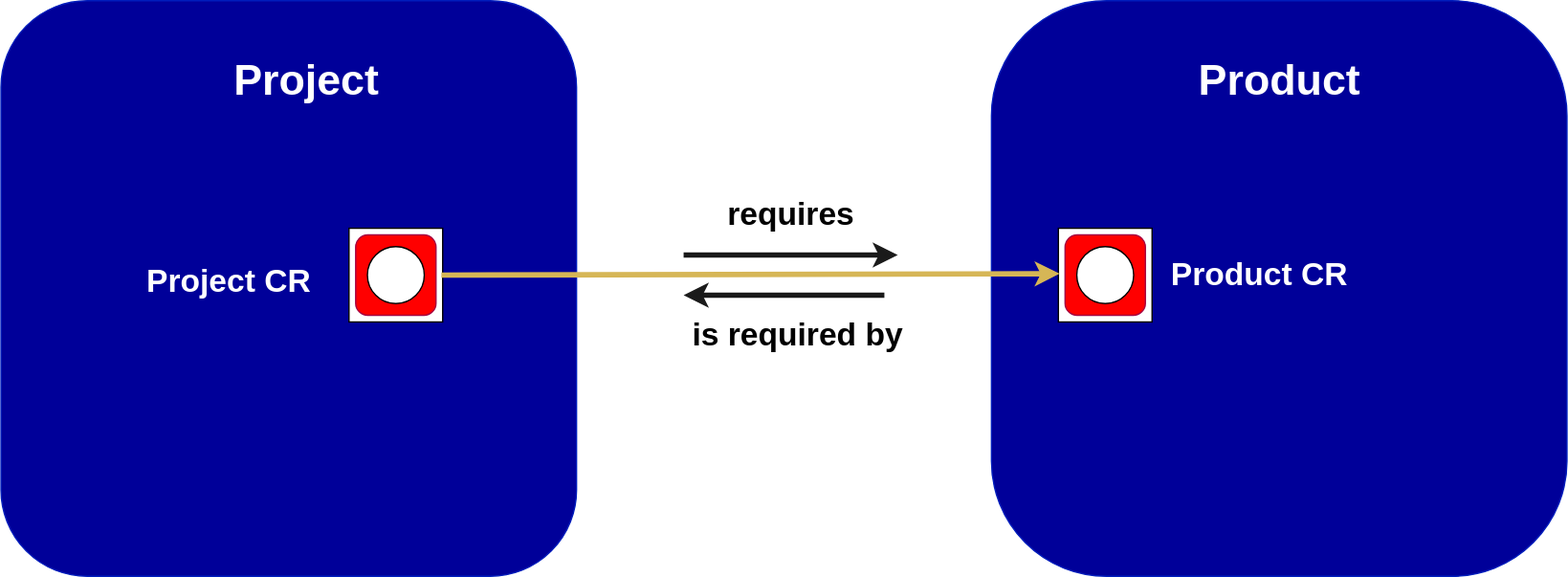
The draw.io diagram EasySyncAutomaticProduct0.svg in alaindelanay/drawings, before a commit. Source tidied: cells renumbered, new cells last; positions are measured from the earlier drawing's top-left corner, leaving out a move shared by most shapes.
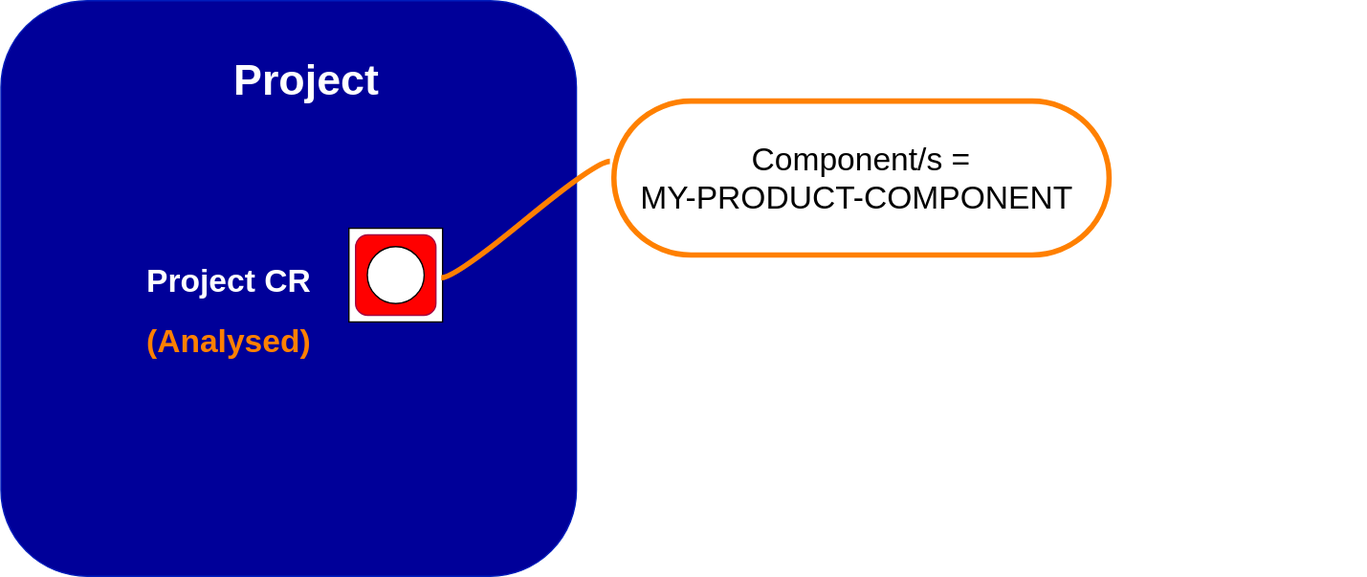
After the commit.

Commit message:
Mettre à jour EasySyncAutomaticProduct0.svg

Diff of the diagram source:
```diff
@@ -5,9 +5,6 @@
     <mxCell id="2" style="whiteSpace=wrap;html=1;rounded=1;fillColor=#000099;strokeColor=#001DBC;fontColor=#ffffff;" parent="1" vertex="1">
       <mxGeometry width="430" height="430" as="geometry" />
     </mxCell>
-    <mxCell id="3" style="whiteSpace=wrap;html=1;rounded=1;fillColor=#000099;strokeColor=#001DBC;fontColor=#ffffff;arcSize=20;" parent="1" vertex="1">
-      <mxGeometry x="740" width="430" height="430" as="geometry" />
-    </mxCell>
     <mxCell id="4" value="&lt;font style=&quot;font-size: 32px;&quot; color=&quot;#ffffff&quot;&gt;Project&lt;/font&gt;" style="text;strokeColor=none;fillColor=none;html=1;fontSize=24;fontStyle=1;verticalAlign=middle;align=center;" parent="1" vertex="1">
       <mxGeometry x="165" y="30" width="125" height="60" as="geometry" />
     </mxCell>
@@ -23,50 +20,31 @@
     <mxCell id="8" style="rounded=1;whiteSpace=wrap;html=1;fillColor=#FF0000;fontColor=#ffffff;strokeColor=#A50040;" parent="6" vertex="1">
       <mxGeometry x="5" y="5" width="60" height="60" as="geometry" />
     </mxCell>
-    <mxCell id="9" style="ellipse;whiteSpace=wrap;html=1;" parent="6" vertex="1">
-      <mxGeometry x="533.8" y="3.8" width="42.5" height="42.5" as="geometry" />
-    </mxCell>
     <mxCell id="10" style="ellipse;whiteSpace=wrap;html=1;" parent="6" vertex="1">
       <mxGeometry x="13.8" y="13.8" width="42.5" height="42.5" as="geometry" />
     </mxCell>
-    <mxCell id="11" style="group;" parent="1" vertex="1">
-      <mxGeometry x="790" y="170" width="70" height="70" as="geometry" />
-    </mxCell>
-    <mxCell id="12" style="whiteSpace=wrap;html=1;fillColor=#FFFFFF;" parent="11" vertex="1">
-      <mxGeometry width="70" height="70" as="geometry" />
-    </mxCell>
-    <mxCell id="13" style="rounded=1;whiteSpace=wrap;html=1;fillColor=#FF0000;fontColor=#ffffff;strokeColor=#A50040;" parent="11" vertex="1">
-      <mxGeometry x="5" y="5" width="60" height="60" as="geometry" />
-    </mxCell>
-    <mxCell id="14" style="ellipse;whiteSpace=wrap;html=1;" parent="11" vertex="1">
-      <mxGeometry x="13.8" y="13.8" width="42.5" height="42.5" as="geometry" />
-    </mxCell>
-    <mxCell id="15" style="endArrow=classic;html=1;rounded=0;exitX=0.986;exitY=0.5;exitDx=0;exitDy=0;exitPerimeter=0;entryX=-0.067;entryY=0.483;entryDx=0;entryDy=0;entryPerimeter=0;endFill=1;strokeWidth=4;fillColor=#fff2cc;gradientColor=#ffd966;strokeColor=#d6b656;" parent="1" edge="1" source="7" target="13">
-      <mxGeometry relative="1" as="geometry" />
-    </mxCell>
-    <mxCell id="16" style="endArrow=classic;html=1;rounded=0;endFill=1;strokeWidth=4;fillColor=#fff2cc;gradientColor=#ffd966;strokeColor=#1A1A1A;" parent="1" edge="1">
-      <mxGeometry relative="1" as="geometry">
-        <mxPoint x="510" y="190" as="sourcePoint" />
-        <mxPoint x="670" y="190" as="targetPoint" />
-      </mxGeometry>
-    </mxCell>
-    <mxCell id="17" style="endArrow=classic;html=1;rounded=0;endFill=1;strokeWidth=4;fillColor=#fff2cc;gradientColor=#ffd966;strokeColor=#1A1A1A;" parent="1" edge="1">
-      <mxGeometry relative="1" as="geometry">
-        <mxPoint x="660" y="220" as="sourcePoint" />
-        <mxPoint x="510" y="220" as="targetPoint" />
-      </mxGeometry>
-    </mxCell>
-    <mxCell id="18" value="requires" style="text;strokeColor=none;fillColor=none;html=1;fontSize=24;fontStyle=1;verticalAlign=middle;align=center;" parent="1" vertex="1">
-      <mxGeometry x="540" y="140" width="100" height="40" as="geometry" />
-    </mxCell>
-    <mxCell id="19" value="is required by" style="text;strokeColor=none;fillColor=none;html=1;fontSize=24;fontStyle=1;verticalAlign=middle;align=center;" parent="1" vertex="1">
-      <mxGeometry x="510" y="230" width="170" height="40" as="geometry" />
-    </mxCell>
     <mxCell id="20" value="&lt;font style=&quot;font-size: 24px;&quot; color=&quot;#ffffff&quot;&gt;Project CR&lt;/font&gt;" style="text;strokeColor=none;fillColor=none;html=1;fontSize=24;fontStyle=1;verticalAlign=middle;align=center;" parent="1" vertex="1">
       <mxGeometry x="95" y="190" width="150" height="40" as="geometry" />
     </mxCell>
     <mxCell id="21" value="&lt;font style=&quot;font-size: 24px;&quot; color=&quot;#ffffff&quot;&gt;Product CR&lt;/font&gt;" style="text;strokeColor=none;fillColor=none;html=1;fontSize=24;fontStyle=1;verticalAlign=middle;align=center;" parent="1" vertex="1">
       <mxGeometry x="860" y="175" width="160" height="60" as="geometry" />
     </mxCell>
+    <mxCell id="22" value="&lt;font color=&quot;#ff8000&quot;&gt;(Analysed)&lt;/font&gt;" style="text;strokeColor=none;fillColor=none;html=1;fontSize=24;fontStyle=1;verticalAlign=middle;align=center;" parent="1" vertex="1">
+      <mxGeometry x="120" y="235" width="100" height="40" as="geometry" />
+    </mxCell>
+    <mxCell id="23" value="&lt;font style=&quot;font-size: 24px;&quot;&gt;Component/s =&lt;br&gt;MY-PRODUCT-COMPONENT&amp;nbsp;&lt;/font&gt;" style="whiteSpace=wrap;html=1;rounded=1;arcSize=50;align=center;verticalAlign=middle;strokeWidth=4;spacing=4;newEdgeStyle={&quot;edgeStyle&quot;:&quot;entityRelationEdgeStyle&quot;,&quot;startArrow&quot;:&quot;none&quot;,&quot;endArrow&quot;:&quot;none&quot;,&quot;segment&quot;:10,&quot;curved&quot;:1,&quot;sourcePerimeterSpacing&quot;:0,&quot;targetPerimeterSpacing&quot;:0};strokeColor=#FF8000;" parent="1" vertex="1">
+      <mxGeometry x="458" y="75" width="370" height="115" as="geometry" />
+    </mxCell>
+    <mxCell id="24" style="edgeStyle=entityRelationEdgeStyle;startArrow=none;endArrow=none;segment=10;curved=1;sourcePerimeterSpacing=0;targetPerimeterSpacing=0;rounded=0;exitX=0.986;exitY=0.457;exitDx=0;exitDy=0;exitPerimeter=0;strokeColor=#FF8000;strokeWidth=4;" parent="1" edge="1">
+      <mxGeometry relative="1" as="geometry">
+        <mxPoint x="329" y="207" as="sourcePoint" />
+        <mxPoint x="455" y="120" as="targetPoint" />
+        <Array as="points">
+          <mxPoint x="410" y="185" />
+          <mxPoint x="400" y="175" />
+          <mxPoint x="410" y="185" />
+        </Array>
+      </mxGeometry>
+    </mxCell>
   </root>
 </mxGraphModel>
```
